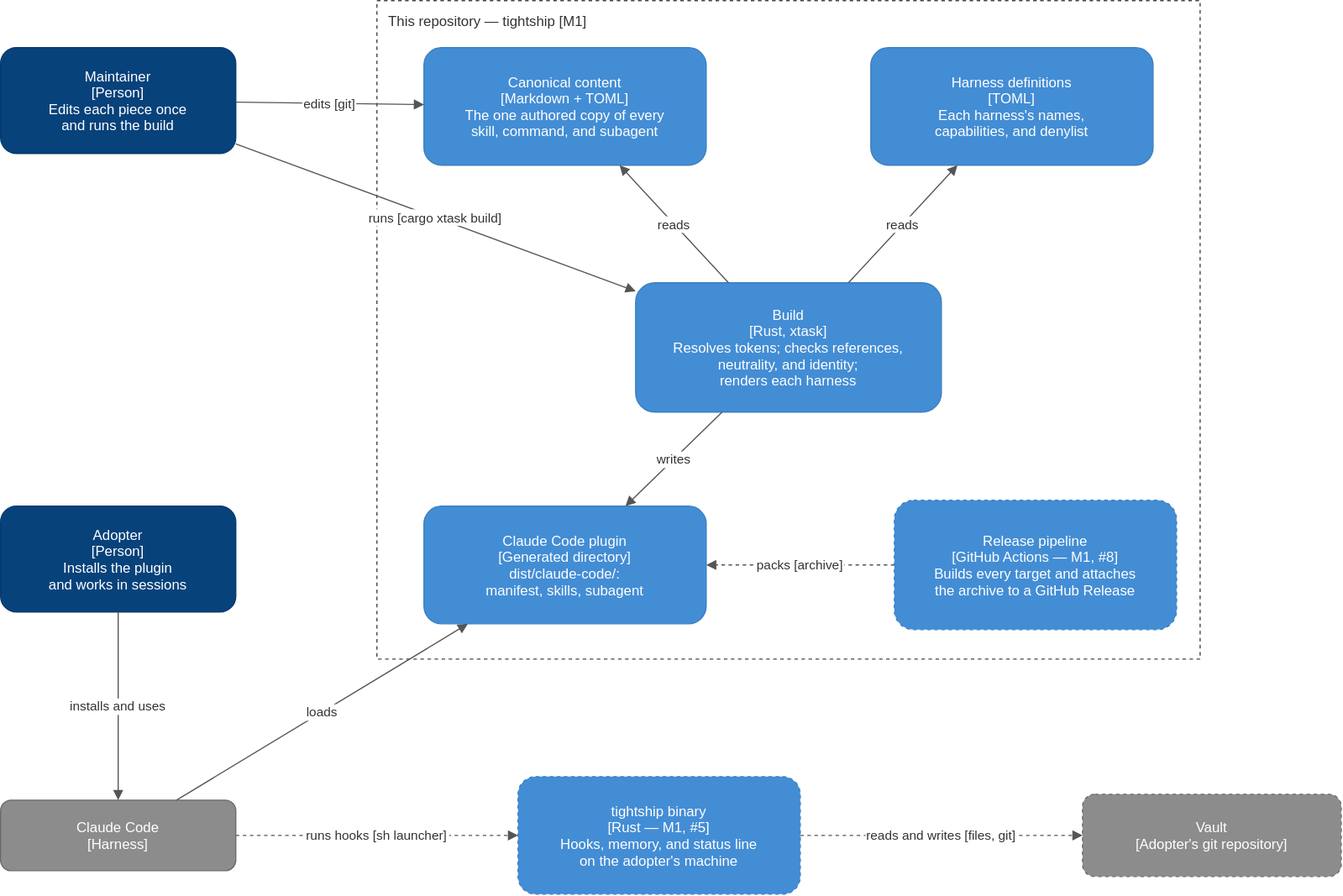
The draw.io diagram docs/architecture/diagrams/containers.drawio.svg in ATNexusLab/tightship, before a commit. Source tidied: cells renumbered, new cells last; positions are measured from the earlier drawing's top-left corner, leaving out a move shared by most shapes.
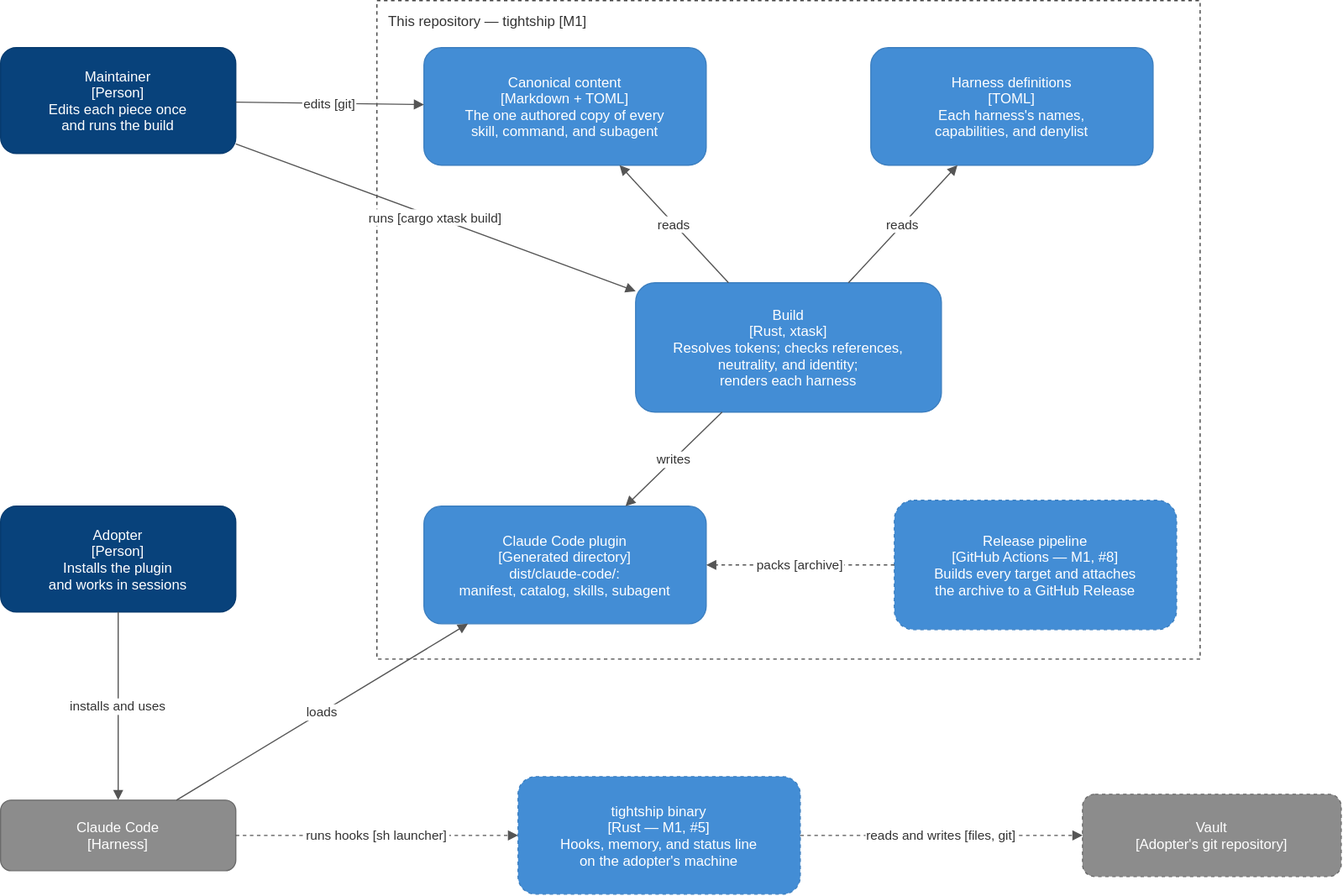
After the commit.

What changed in the source:
```diff
@@ -17,7 +17,7 @@
     <mxCell id="6" value="Build&#10;[Rust, xtask]&#10;Resolves tokens; checks references,&#10;neutrality, and identity;&#10;renders each harness" style="rounded=1;fillColor=#438dd5;fontColor=#ffffff;strokeColor=#3c7fc0;fontSize=12;html=0;" parent="1" vertex="1">
       <mxGeometry x="540" y="240" width="260" height="110" as="geometry" />
     </mxCell>
-    <mxCell id="7" value="Claude Code plugin&#10;[Generated directory]&#10;dist/claude-code/:&#10;manifest, skills, subagent" style="rounded=1;fillColor=#438dd5;fontColor=#ffffff;strokeColor=#3c7fc0;fontSize=12;html=0;" parent="1" vertex="1">
+    <mxCell id="7" value="Claude Code plugin&#10;[Generated directory]&#10;dist/claude-code/:&#10;manifest, catalog, skills, subagent" style="rounded=1;fillColor=#438dd5;fontColor=#ffffff;strokeColor=#3c7fc0;fontSize=12;html=0;" parent="1" vertex="1">
       <mxGeometry x="360" y="430" width="240" height="100" as="geometry" />
     </mxCell>
     <mxCell id="8" value="Release pipeline&#10;[GitHub Actions — M1, #8]&#10;Builds every target and attaches&#10;the archive to a GitHub Release" style="rounded=1;fillColor=#438dd5;fontColor=#ffffff;strokeColor=#3c7fc0;fontSize=12;html=0;dashed=1;" parent="1" vertex="1">
```
